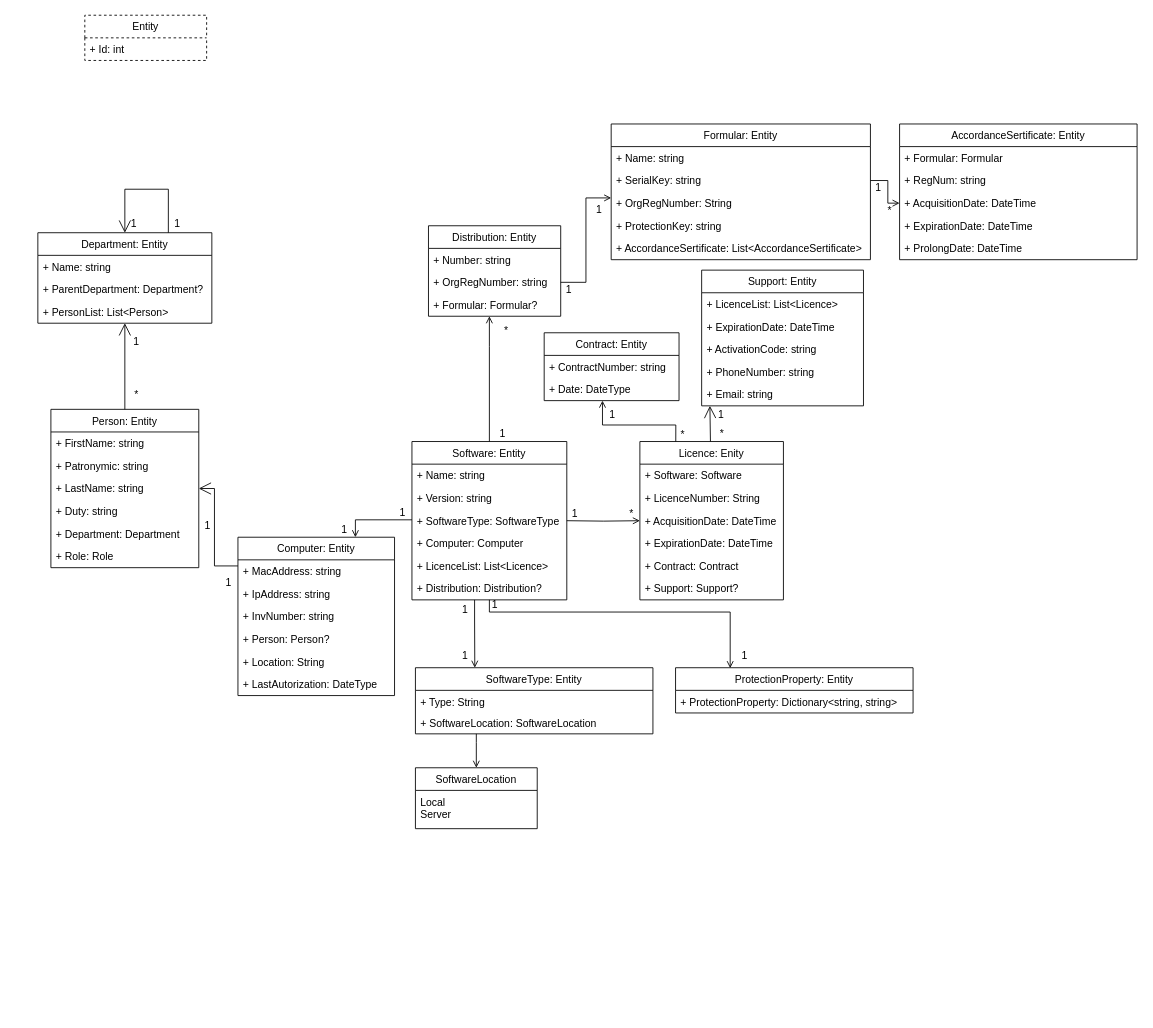
RiotRebellion/SignatureRegistry keeps this draw.io diagram as Untitled Diagram.drawio. Above is the earlier version. Source tidied: cells renumbered, new cells numbered last; positions are measured from the earlier drawing's top-left corner, leaving out a move shared by most shapes. Both pictures are drawn from the tidied source at 87%, with x=0, y=0 at pixel (37, 15).
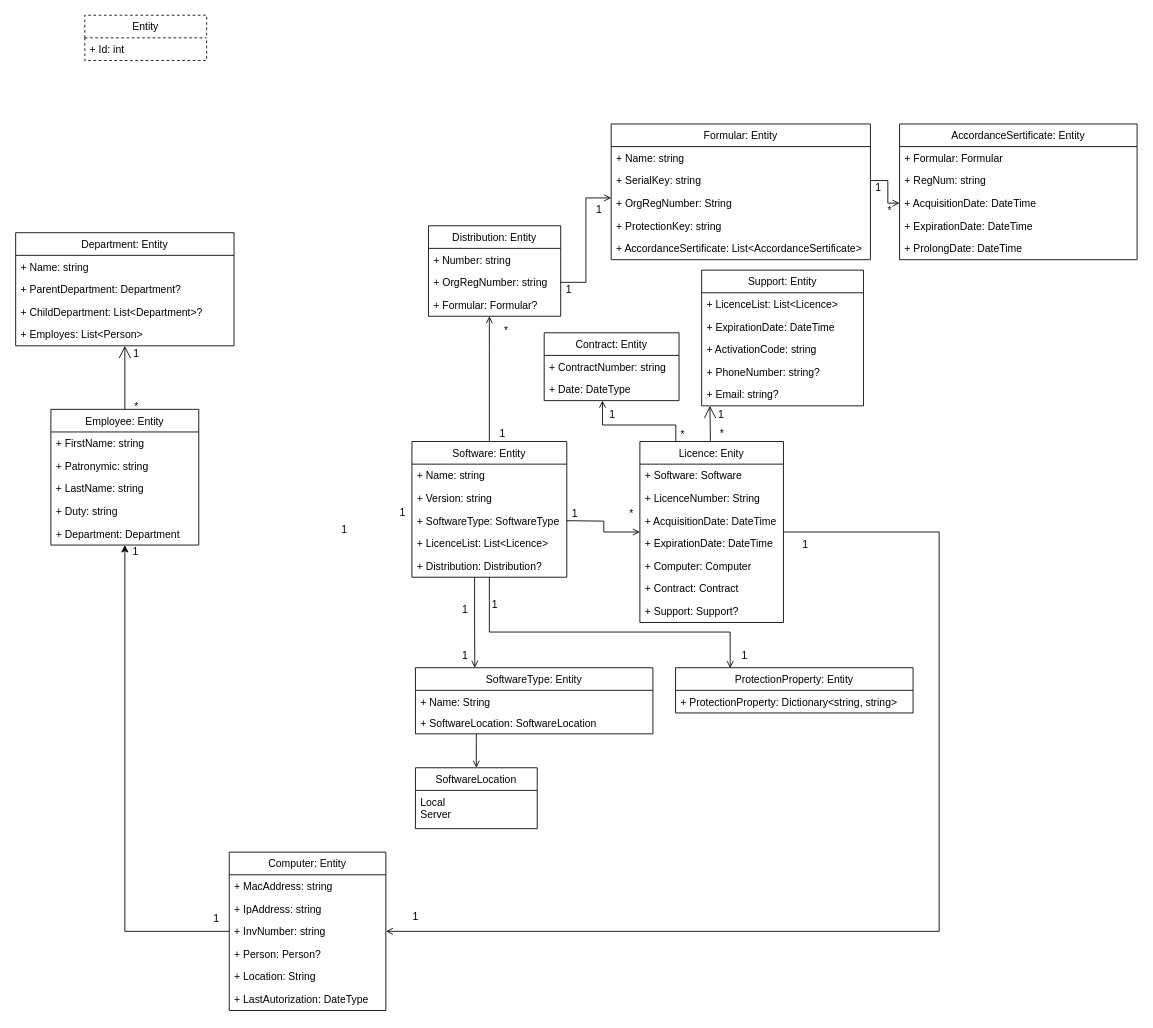
The same diagram, later.

The change refers to these unchanged cells:
```xml
<mxCell id="47" value="Support: Entity" style="swimlane;fontStyle=0;horizontal=1;startSize=26;fillColor=none;" parent="1" vertex="1">
  <mxGeometry x="763" y="293" width="186" height="156" as="geometry" />
</mxCell>
<mxCell id="95" value="ProtectionProperty: Entity" style="swimlane;fontStyle=0;horizontal=1;startSize=26;fillColor=none;" parent="1" vertex="1">
  <mxGeometry x="733" y="750" width="273" height="52" as="geometry" />
</mxCell>
<mxCell id="97" value="SoftwareType: Entity" style="swimlane;fontStyle=0;horizontal=1;startSize=26;fillColor=none;" parent="1" vertex="1">
  <mxGeometry x="434" y="750" width="273" height="76" as="geometry" />
</mxCell>
```

Diff of the diagram source:
```diff
@@
-    <mxCell id="4" value="Person: Entity" style="swimlane;fontStyle=0;horizontal=1;startSize=26;fillColor=none;" parent="1" vertex="1">
-      <mxGeometry x="15" y="453" width="170" height="182" as="geometry" />
+    <mxCell id="4" value="Employee: Entity" style="swimlane;fontStyle=0;horizontal=1;startSize=26;fillColor=none;" parent="1" vertex="1">
+      <mxGeometry x="15" y="453" width="170" height="156" as="geometry" />
     </mxCell>
@@
-    <mxCell id="10" value="+ Role: Role" style="text;strokeColor=none;fillColor=none;align=left;verticalAlign=top;spacingLeft=4;spacingRight=4;overflow=hidden;" parent="4" vertex="1">
-      <mxGeometry y="156" width="170" height="26" as="geometry" />
-    </mxCell>
+    <mxCell id="109" style="edgeStyle=orthogonalEdgeStyle;rounded=0;jettySize=auto;html=1;" parent="1" edge="1" source="11" target="4">
+      <mxGeometry relative="1" as="geometry" />
+    </mxCell>
     <mxCell id="11" value="Computer: Entity" style="swimlane;fontStyle=0;horizontal=1;startSize=26;fillColor=none;" parent="1" vertex="1">
-      <mxGeometry x="230" y="600" width="180" height="182" as="geometry" />
+      <mxGeometry x="220" y="962" width="180" height="182" as="geometry" />
     </mxCell>
@@
     <mxCell id="18" value="Department: Entity" style="swimlane;fontStyle=0;horizontal=1;startSize=26;fillColor=none;" parent="1" vertex="1">
-      <mxGeometry y="250" width="200" height="104" as="geometry" />
+      <mxGeometry x="-25.5" y="250" width="251" height="130" as="geometry" />
     </mxCell>
     <mxCell id="19" value="+ Name: string" style="text;strokeColor=none;fillColor=none;align=left;verticalAlign=top;spacingLeft=4;spacingRight=4;overflow=hidden;" parent="18" vertex="1">
-      <mxGeometry y="26" width="200" height="26" as="geometry" />
+      <mxGeometry y="26" width="251" height="26" as="geometry" />
     </mxCell>
     <mxCell id="20" value="+ ParentDepartment: Department?" style="text;strokeColor=none;fillColor=none;align=left;verticalAlign=top;spacingLeft=4;spacingRight=4;overflow=hidden;" parent="18" vertex="1">
-      <mxGeometry y="52" width="200" height="26" as="geometry" />
+      <mxGeometry y="52" width="251" height="26" as="geometry" />
     </mxCell>
+    <mxCell id="110" value="+ ChildDepartment: List&lt;Department&gt;?" style="text;strokeColor=none;fillColor=none;align=left;verticalAlign=top;spacingLeft=4;spacingRight=4;overflow=hidden;" parent="18" vertex="1">
+      <mxGeometry y="78" width="251" height="26" as="geometry" />
+    </mxCell>
-    <mxCell id="21" value="+ PersonList: List&lt;Person&gt;" style="text;strokeColor=none;fillColor=none;align=left;verticalAlign=top;spacingLeft=4;spacingRight=4;overflow=hidden;" parent="18" vertex="1">
-      <mxGeometry y="78" width="200" height="26" as="geometry" />
+    <mxCell id="21" value="+ Employes: List&lt;Person&gt;" style="text;strokeColor=none;fillColor=none;align=left;verticalAlign=top;spacingLeft=4;spacingRight=4;overflow=hidden;" parent="18" vertex="1">
+      <mxGeometry y="104" width="251" height="26" as="geometry" />
     </mxCell>
-    <mxCell id="22" style="group;" parent="1" vertex="1">
-      <mxGeometry x="180" y="542" width="48.6" height="121" as="geometry" />
-    </mxCell>
-    <mxCell id="23" style="endArrow=open;endFill=1;endSize=12;html=1;rounded=0;" parent="22" edge="1" target="4">
-      <mxGeometry relative="1" as="geometry">
-        <mxPoint x="50" y="91" as="sourcePoint" />
-        <Array as="points">
-          <mxPoint x="23" y="91" />
-          <mxPoint x="23" y="2" />
-        </Array>
-      </mxGeometry>
-    </mxCell>
-    <mxCell id="24" value="1&lt;br&gt;" style="text;html=1;align=center;verticalAlign=middle;strokeColor=none;fillColor=none;" parent="22" vertex="1">
-      <mxGeometry x="5" y="35" width="20" height="20" as="geometry" />
-    </mxCell>
-    <mxCell id="25" value="1" style="text;html=1;align=center;verticalAlign=middle;strokeColor=none;fillColor=none;" parent="22" vertex="1">
-      <mxGeometry x="28.6" y="101" width="20" height="20" as="geometry" />
-    </mxCell>
     <mxCell id="26" style="group;" parent="1" vertex="1">
-      <mxGeometry x="98" y="365" width="25" height="88" as="geometry" />
+      <mxGeometry x="98" y="379" width="25" height="88" as="geometry" />
     </mxCell>
@@
-    <mxCell id="29" style="group;" parent="1" vertex="1">
-      <mxGeometry x="100" y="200" width="70" height="50" as="geometry" />
-    </mxCell>
-    <mxCell id="30" style="endArrow=open;endFill=1;endSize=12;html=1;rounded=0;exitX=0.75;exitY=0;exitDx=0;exitDy=0;entryX=0.5;entryY=0;entryDx=0;entryDy=0;" parent="29" edge="1" source="18" target="18">
-      <mxGeometry relative="1" as="geometry">
-        <Array as="points">
-          <mxPoint x="50" />
-          <mxPoint />
-        </Array>
-      </mxGeometry>
-    </mxCell>
-    <mxCell id="31" value="1&lt;br&gt;" style="text;html=1;align=center;verticalAlign=middle;strokeColor=none;fillColor=none;" parent="29" vertex="1">
-      <mxGeometry x="50" y="30" width="20" height="20" as="geometry" />
-    </mxCell>
-    <mxCell id="32" value="1" style="text;html=1;align=center;verticalAlign=middle;strokeColor=none;fillColor=none;" parent="29" vertex="1">
-      <mxGeometry y="30" width="20" height="20" as="geometry" />
-    </mxCell>
@@
-    <mxCell id="34" style="edgeStyle=orthogonalEdgeStyle;rounded=0;jettySize=auto;html=1;entryX=0.75;entryY=0;entryDx=0;entryDy=0;startArrow=none;startFill=0;endArrow=open;endFill=0;" parent="1" edge="1" source="36" target="11">
+    <mxCell id="34" style="edgeStyle=orthogonalEdgeStyle;rounded=0;jettySize=auto;html=1;startArrow=none;startFill=0;endArrow=open;endFill=0;" parent="1" edge="1" source="64" target="11">
       <mxGeometry relative="1" as="geometry">
         <Array as="points">
-          <mxPoint x="365" y="580" />
+          <mxPoint x="1036" y="594" />
+          <mxPoint x="1036" y="1053" />
         </Array>
       </mxGeometry>
     </mxCell>
@@
     <mxCell id="36" value="Software: Entity" style="swimlane;fontStyle=0;horizontal=1;startSize=26;fillColor=none;" parent="1" vertex="1">
-      <mxGeometry x="430" y="490" width="178" height="182" as="geometry" />
+      <mxGeometry x="430" y="490" width="178" height="156" as="geometry" />
     </mxCell>
@@
-    <mxCell id="40" value="+ Computer: Computer" style="text;strokeColor=none;fillColor=none;align=left;verticalAlign=middle;spacingLeft=4;spacingRight=4;overflow=hidden;" parent="36" vertex="1">
-      <mxGeometry y="104" width="178" height="26" as="geometry" />
-    </mxCell>
     <mxCell id="41" value="+ LicenceList: List&lt;Licence&gt; " style="text;strokeColor=none;fillColor=none;align=left;verticalAlign=middle;spacingLeft=4;spacingRight=4;overflow=hidden;" parent="36" vertex="1">
-      <mxGeometry y="130" width="178" height="26" as="geometry" />
+      <mxGeometry y="104" width="178" height="26" as="geometry" />
     </mxCell>
     <mxCell id="42" value="+ Distribution: Distribution?" style="text;strokeColor=none;fillColor=none;align=left;verticalAlign=middle;spacingLeft=4;spacingRight=4;overflow=hidden;points=[[0,0.5],[1,0.5]];portConstraint=eastwest;" parent="36" vertex="1">
-      <mxGeometry y="156" width="178" height="26" as="geometry" />
+      <mxGeometry y="130" width="178" height="26" as="geometry" />
     </mxCell>
@@
-    <mxCell id="51" value="+ PhoneNumber: string" style="text;strokeColor=none;fillColor=none;align=left;verticalAlign=top;spacingLeft=4;spacingRight=4;overflow=hidden;" parent="47" vertex="1">
+    <mxCell id="51" value="+ PhoneNumber: string?" style="text;strokeColor=none;fillColor=none;align=left;verticalAlign=top;spacingLeft=4;spacingRight=4;overflow=hidden;" parent="47" vertex="1">
       <mxGeometry y="104" width="186" height="26" as="geometry" />
     </mxCell>
-    <mxCell id="52" value="+ Email: string" style="text;strokeColor=none;fillColor=none;align=left;verticalAlign=top;spacingLeft=4;spacingRight=4;overflow=hidden;points=[[0,0.5],[1,0.5]];portConstraint=eastwest;" parent="47" vertex="1">
+    <mxCell id="52" value="+ Email: string?" style="text;strokeColor=none;fillColor=none;align=left;verticalAlign=top;spacingLeft=4;spacingRight=4;overflow=hidden;points=[[0,0.5],[1,0.5]];portConstraint=eastwest;" parent="47" vertex="1">
       <mxGeometry y="130" width="186" height="26" as="geometry" />
     </mxCell>
@@
     <mxCell id="64" value="Licence: Enity" style="swimlane;fontStyle=0;horizontal=1;startSize=26;fillColor=none;" parent="1" vertex="1">
-      <mxGeometry x="692" y="490" width="165" height="182" as="geometry" />
+      <mxGeometry x="692" y="490" width="165" height="208" as="geometry" />
     </mxCell>
@@
+    <mxCell id="40" value="+ Computer: Computer" style="text;strokeColor=none;fillColor=none;align=left;verticalAlign=middle;spacingLeft=4;spacingRight=4;overflow=hidden;" parent="64" vertex="1">
+      <mxGeometry y="130" width="165" height="26" as="geometry" />
+    </mxCell>
     <mxCell id="69" value="+ Contract: Contract" style="text;strokeColor=none;fillColor=none;align=left;verticalAlign=middle;spacingLeft=4;spacingRight=4;overflow=hidden;" parent="64" vertex="1">
-      <mxGeometry y="130" width="165" height="26" as="geometry" />
+      <mxGeometry y="156" width="165" height="26" as="geometry" />
     </mxCell>
     <mxCell id="70" value="+ Support: Support?" style="text;strokeColor=none;fillColor=none;align=left;verticalAlign=middle;spacingLeft=4;spacingRight=4;overflow=hidden;" parent="64" vertex="1">
-      <mxGeometry y="156" width="165" height="26" as="geometry" />
+      <mxGeometry y="182" width="165" height="26" as="geometry" />
     </mxCell>
@@
     <mxCell id="94" style="edgeStyle=orthogonalEdgeStyle;rounded=0;jettySize=auto;html=1;entryX=0.23;entryY=0.01;entryDx=0;entryDy=0;endArrow=open;endFill=0;startArrow=none;startFill=0;entryPerimeter=0;" parent="1" edge="1" source="42" target="95">
       <mxGeometry relative="1" as="geometry">
         <Array as="points">
-          <mxPoint x="519" y="686" />
-          <mxPoint x="795" y="686" />
+          <mxPoint x="519" y="709" />
+          <mxPoint x="795" y="709" />
           <mxPoint x="795" y="751" />
         </Array>
       </mxGeometry>
     </mxCell>
@@
-    <mxCell id="98" value="+ Type: String" style="text;strokeColor=none;fillColor=none;align=left;verticalAlign=top;spacingLeft=4;spacingRight=4;overflow=hidden;" parent="97" vertex="1">
+    <mxCell id="98" value="+ Name: String" style="text;strokeColor=none;fillColor=none;align=left;verticalAlign=top;spacingLeft=4;spacingRight=4;overflow=hidden;" parent="97" vertex="1">
       <mxGeometry y="26" width="273" height="25" as="geometry" />
     </mxCell>
@@
+    <mxCell id="111" value="1" style="text;html=1;align=center;verticalAlign=middle;strokeColor=none;fillColor=none;" parent="1" vertex="1">
+      <mxGeometry x="103" y="608" width="17" height="18" as="geometry" />
+    </mxCell>
+    <mxCell id="112" value="1" style="text;html=1;align=center;verticalAlign=middle;strokeColor=none;fillColor=none;" parent="1" vertex="1">
+      <mxGeometry x="196" y="1030" width="17" height="18" as="geometry" />
+    </mxCell>
+    <mxCell id="113" value="1" style="text;html=1;align=center;verticalAlign=middle;strokeColor=none;fillColor=none;" parent="1" vertex="1">
+      <mxGeometry x="873" y="600" width="17" height="18" as="geometry" />
+    </mxCell>
+    <mxCell id="114" value="1" style="text;html=1;align=center;verticalAlign=middle;strokeColor=none;fillColor=none;" parent="1" vertex="1">
+      <mxGeometry x="425" y="1027" width="17" height="18" as="geometry" />
+    </mxCell>
```
